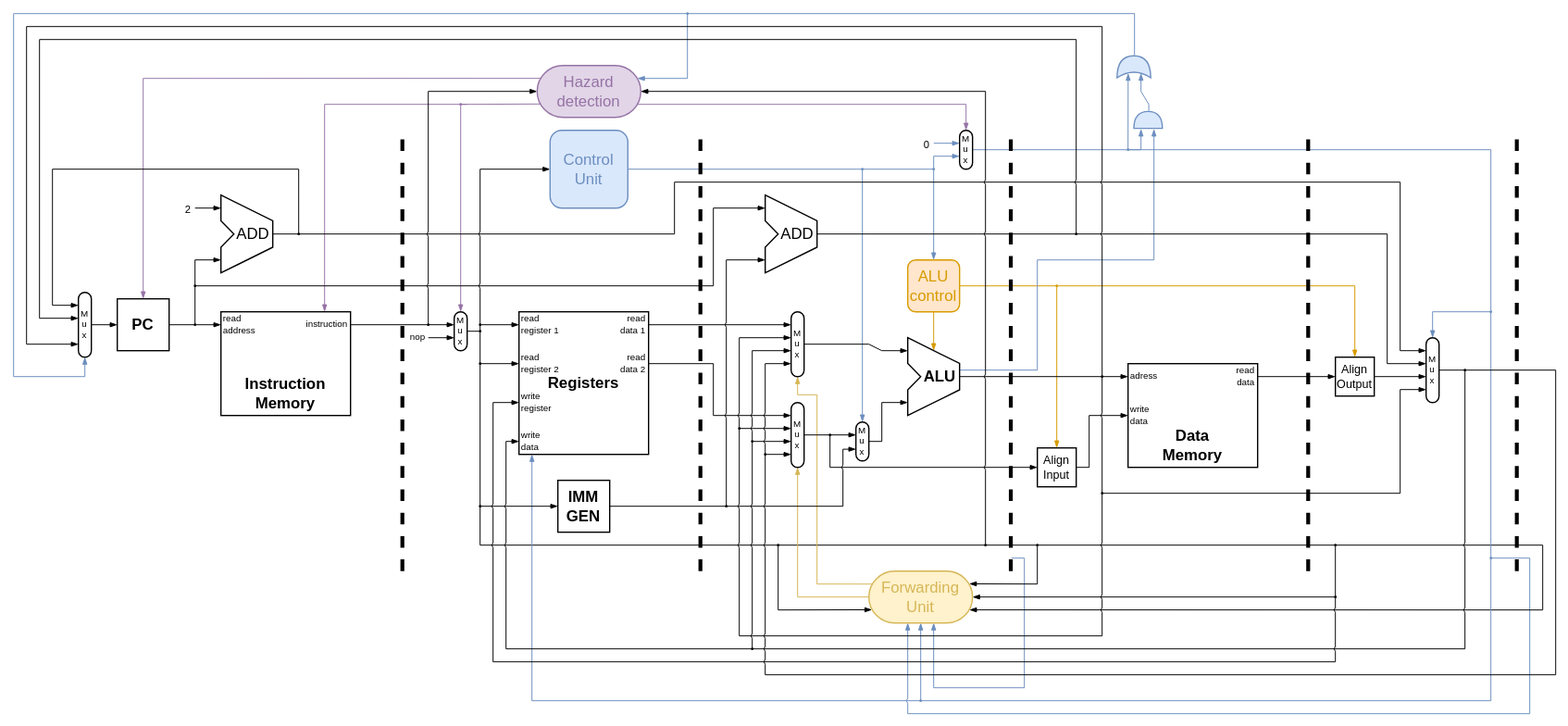
FenFM/Advanced-VLSI-Design keeps this draw.io diagram as cpu_design.svg. Above is the earlier version. Source tidied: cells renumbered, new cells last; positions are measured from the earlier drawing's top-left corner, leaving out a move shared by most shapes.
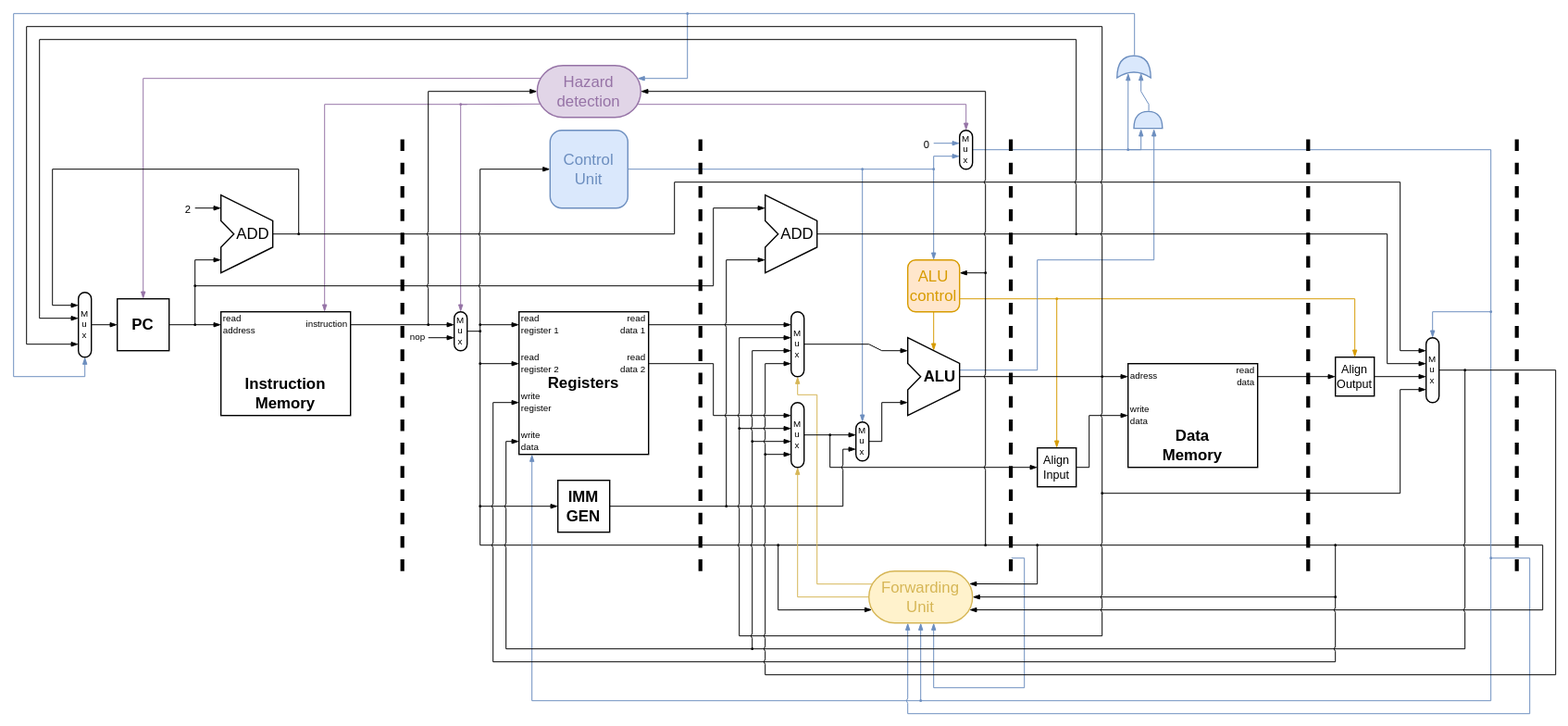
After the change.

The edit, as a diff of the source:
```diff
@@ -5,10 +5,15 @@
     <mxCell id="2" style="rounded=0;whiteSpace=wrap;html=1;strokeColor=none;" parent="1" vertex="1">
       <mxGeometry width="1210" height="560" as="geometry" />
     </mxCell>
+    <mxCell id="153" style="endArrow=blockThin;html=1;rounded=0;strokeColor=default;strokeWidth=0.7;align=center;verticalAlign=middle;fontFamily=Helvetica;fontSize=11;fontColor=default;labelBackgroundColor=default;startSize=4;endFill=1;endSize=4;entryX=1;entryY=0.25;entryDx=0;entryDy=0;" parent="1" edge="1" target="62">
+      <mxGeometry relative="1" as="geometry">
+        <mxPoint x="760" y="210" as="sourcePoint" />
+      </mxGeometry>
+    </mxCell>
-    <mxCell id="3" style="endArrow=blockThin;html=1;rounded=0;fillColor=#ffe6cc;strokeColor=#d79b00;strokeWidth=0.7;align=center;verticalAlign=middle;fontFamily=Helvetica;fontSize=11;fontColor=default;labelBackgroundColor=default;startSize=4;endFill=1;endSize=4;exitX=1;exitY=0.5;exitDx=0;exitDy=0;entryX=0.5;entryY=0;entryDx=0;entryDy=0;" parent="1" edge="1" source="62" target="70">
+    <mxCell id="3" style="endArrow=blockThin;html=1;rounded=0;fillColor=#ffe6cc;strokeColor=#d79b00;strokeWidth=0.7;align=center;verticalAlign=middle;fontFamily=Helvetica;fontSize=11;fontColor=default;labelBackgroundColor=default;startSize=4;endFill=1;endSize=4;exitX=1;exitY=0.75;exitDx=0;exitDy=0;entryX=0.5;entryY=0;entryDx=0;entryDy=0;" parent="1" edge="1" source="62" target="70">
       <mxGeometry relative="1" as="geometry">
         <Array as="points">
-          <mxPoint x="1045" y="220" />
+          <mxPoint x="1045" y="230" />
         </Array>
       </mxGeometry>
     </mxCell>
@@ -148,7 +153,7 @@
     </mxCell>
     <mxCell id="19" style="endArrow=blockThin;html=1;rounded=0;strokeColor=#d79b00;strokeWidth=0.7;align=center;verticalAlign=middle;fontFamily=Helvetica;fontSize=11;fontColor=default;labelBackgroundColor=default;startSize=4;endFill=1;endSize=4;fillColor=#ffe6cc;entryX=0.5;entryY=0;entryDx=0;entryDy=0;" parent="1" edge="1" target="69">
       <mxGeometry relative="1" as="geometry">
-        <mxPoint x="815" y="220" as="sourcePoint" />
+        <mxPoint x="815" y="230" as="sourcePoint" />
       </mxGeometry>
     </mxCell>
     <mxCell id="20" style="endArrow=blockThin;html=1;rounded=0;fillColor=#fff2cc;strokeColor=#d6b656;strokeWidth=0.7;align=center;verticalAlign=middle;fontFamily=Helvetica;fontSize=11;fontColor=default;labelBackgroundColor=default;startSize=4;endFill=1;endSize=4;entryX=0.5;entryY=1;entryDx=0;entryDy=0;exitX=0.032;exitY=0.251;exitDx=0;exitDy=0;exitPerimeter=0;" parent="1" edge="1" source="61" target="59">
@@ -773,7 +778,7 @@
       <mxGeometry x="866" y="38" width="17" height="26" as="geometry" />
     </mxCell>
     <mxCell id="132" style="ellipse;whiteSpace=wrap;html=1;fillColor=#D79B00;strokeColor=none;" parent="1" vertex="1">
-      <mxGeometry x="814" y="219" width="2" height="2" as="geometry" />
+      <mxGeometry x="814" y="229" width="2" height="2" as="geometry" />
     </mxCell>
     <mxCell id="133" style="endArrow=blockThin;html=1;rounded=0;fillColor=#dae8fc;strokeColor=#6c8ebf;strokeWidth=0.7;align=center;verticalAlign=middle;fontFamily=Helvetica;fontSize=11;fontColor=default;labelBackgroundColor=default;startSize=4;endFill=1;endSize=4;" parent="1" edge="1">
       <mxGeometry relative="1" as="geometry">
@@ -884,5 +889,8 @@
     <mxCell id="152" style="ellipse;whiteSpace=wrap;html=1;fillColor=#000000;strokeColor=none;" parent="1" vertex="1">
       <mxGeometry x="759" y="419" width="2" height="2" as="geometry" />
     </mxCell>
+    <mxCell id="154" style="ellipse;whiteSpace=wrap;html=1;fillColor=#000000;strokeColor=none;" parent="1" vertex="1">
+      <mxGeometry x="759" y="209" width="2" height="2" as="geometry" />
+    </mxCell>
   </root>
 </mxGraphModel>
```
